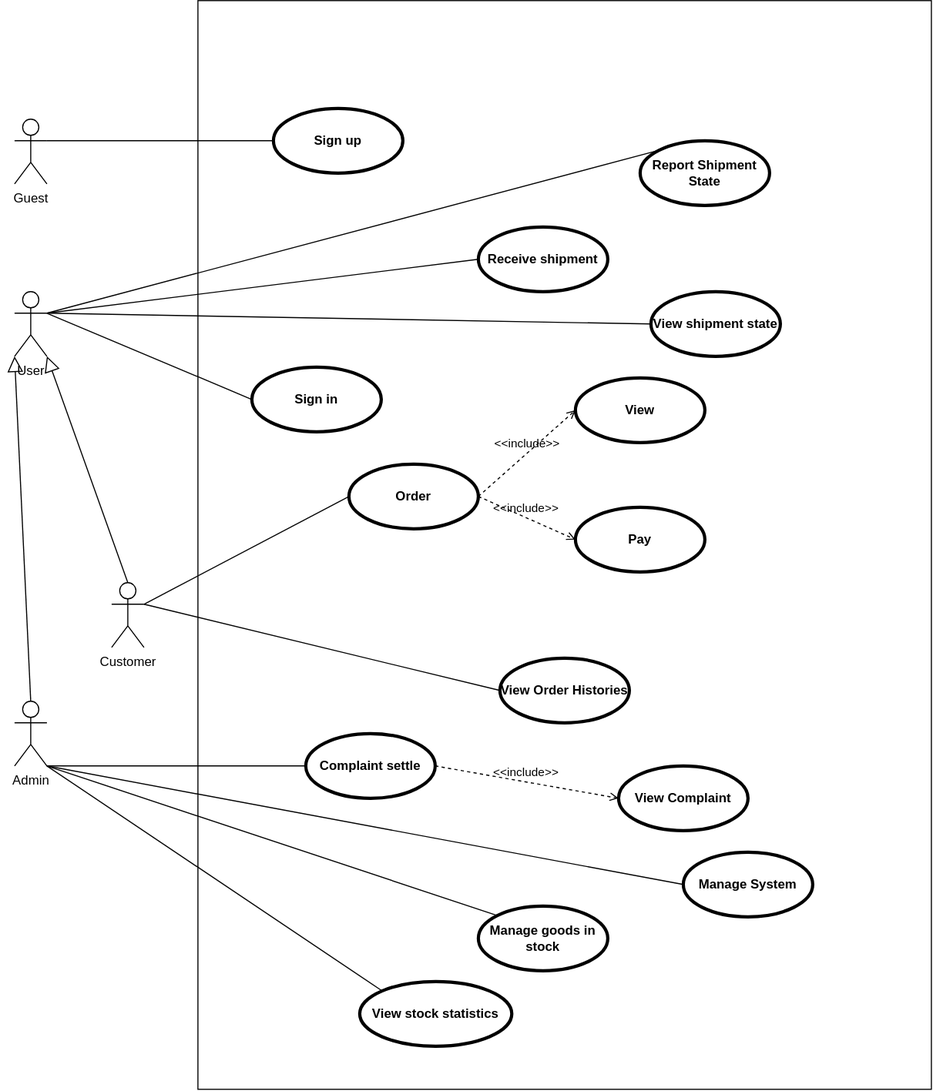
This is System_Design/UseCase/UseCase_DR.svg from giakhangnguyenlam/WebsiteTangQua, a draw.io export, as it was before one commit. Source tidied: cells renumbered, new cells last; positions are measured from the earlier drawing's top-left corner, leaving out a move shared by most shapes.
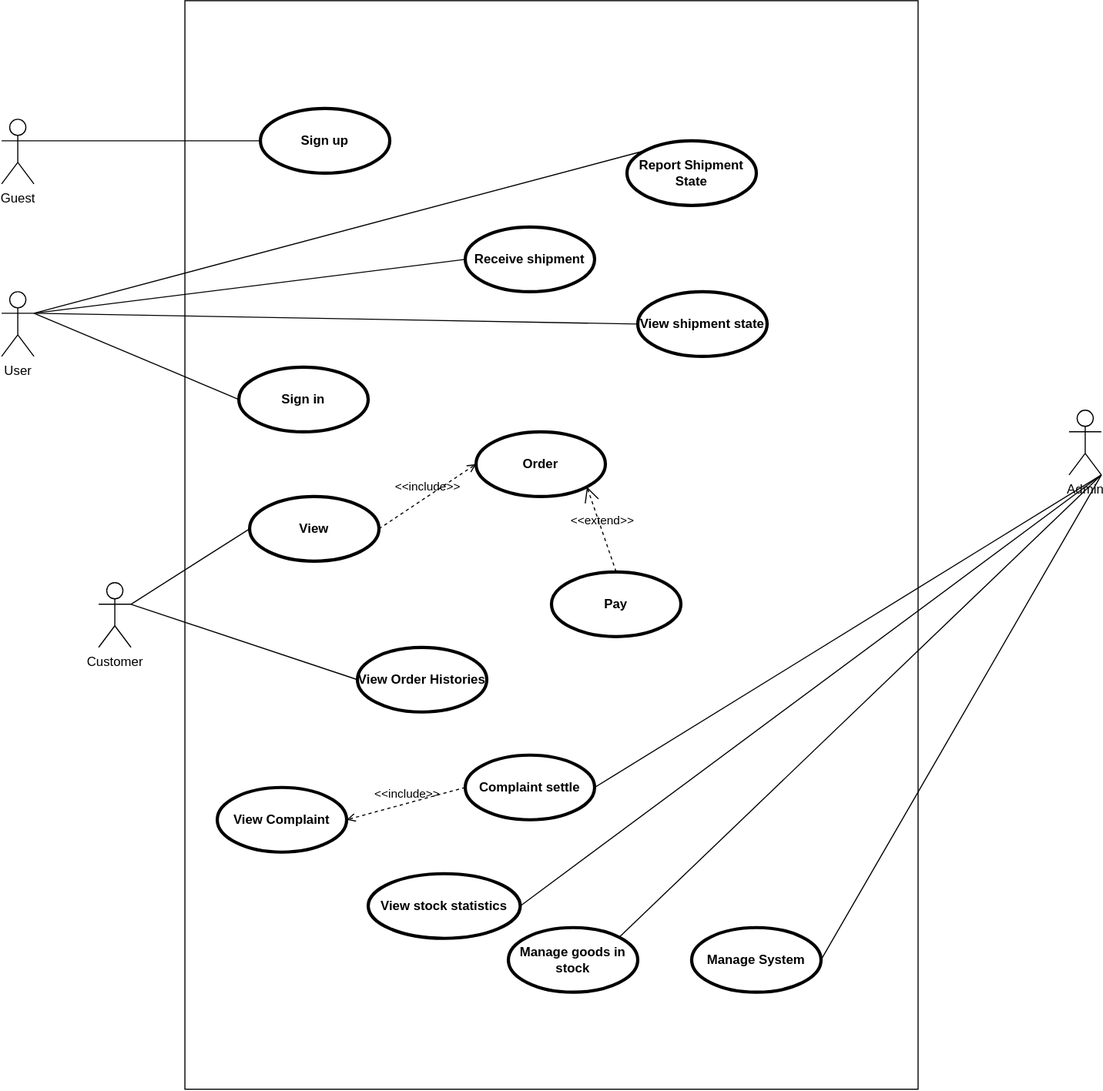
The same file after the commit.

What changed in the source:
```diff
@@ -6,10 +6,10 @@
       <mxGeometry x="170" width="680" height="1010" as="geometry" />
     </mxCell>
     <mxCell id="3" value="View" style="shape=ellipse;html=1;strokeWidth=3;fontStyle=1;whiteSpace=wrap;align=center;perimeter=ellipsePerimeter;" parent="1" vertex="1">
-      <mxGeometry x="520" y="350" width="120" height="60" as="geometry" />
+      <mxGeometry x="230" y="460" width="120" height="60" as="geometry" />
     </mxCell>
     <mxCell id="4" value="Order" style="shape=ellipse;html=1;strokeWidth=3;fontStyle=1;whiteSpace=wrap;align=center;perimeter=ellipsePerimeter;" parent="1" vertex="1">
-      <mxGeometry x="310" y="430" width="120" height="60" as="geometry" />
+      <mxGeometry x="440" y="400" width="120" height="60" as="geometry" />
     </mxCell>
     <mxCell id="5" value="Sign up" style="shape=ellipse;html=1;strokeWidth=3;fontStyle=1;whiteSpace=wrap;align=center;perimeter=ellipsePerimeter;" parent="1" vertex="1">
       <mxGeometry x="240" y="100" width="120" height="60" as="geometry" />
@@ -18,31 +18,31 @@
       <mxGeometry x="220" y="340" width="120" height="60" as="geometry" />
     </mxCell>
     <mxCell id="7" value="Pay" style="shape=ellipse;html=1;strokeWidth=3;fontStyle=1;whiteSpace=wrap;align=center;perimeter=ellipsePerimeter;" parent="1" vertex="1">
-      <mxGeometry x="520" y="470" width="120" height="60" as="geometry" />
+      <mxGeometry x="510" y="530" width="120" height="60" as="geometry" />
     </mxCell>
     <mxCell id="8" value="Complaint settle" style="shape=ellipse;html=1;strokeWidth=3;fontStyle=1;whiteSpace=wrap;align=center;perimeter=ellipsePerimeter;" parent="1" vertex="1">
-      <mxGeometry x="270" y="680" width="120" height="60" as="geometry" />
+      <mxGeometry x="430" y="700" width="120" height="60" as="geometry" />
     </mxCell>
     <mxCell id="9" value="View Order Histories" style="shape=ellipse;html=1;strokeWidth=3;fontStyle=1;whiteSpace=wrap;align=center;perimeter=ellipsePerimeter;" parent="1" vertex="1">
-      <mxGeometry x="450" y="610" width="120" height="60" as="geometry" />
+      <mxGeometry x="330" y="600" width="120" height="60" as="geometry" />
     </mxCell>
     <mxCell id="10" value="View shipment state" style="shape=ellipse;html=1;strokeWidth=3;fontStyle=1;whiteSpace=wrap;align=center;perimeter=ellipsePerimeter;" parent="1" vertex="1">
       <mxGeometry x="590" y="270" width="120" height="60" as="geometry" />
     </mxCell>
     <mxCell id="11" value="View stock statistics" style="shape=ellipse;html=1;strokeWidth=3;fontStyle=1;whiteSpace=wrap;align=center;perimeter=ellipsePerimeter;" parent="1" vertex="1">
-      <mxGeometry x="320" y="910" width="141" height="60" as="geometry" />
+      <mxGeometry x="340" y="810" width="141" height="60" as="geometry" />
     </mxCell>
     <mxCell id="12" value="Manage goods in stock" style="shape=ellipse;html=1;strokeWidth=3;fontStyle=1;whiteSpace=wrap;align=center;perimeter=ellipsePerimeter;" parent="1" vertex="1">
-      <mxGeometry x="430" y="840" width="120" height="60" as="geometry" />
+      <mxGeometry x="470" y="860" width="120" height="60" as="geometry" />
     </mxCell>
     <mxCell id="13" value="Manage System" style="shape=ellipse;html=1;strokeWidth=3;fontStyle=1;whiteSpace=wrap;align=center;perimeter=ellipsePerimeter;" parent="1" vertex="1">
-      <mxGeometry x="620" y="790" width="120" height="60" as="geometry" />
+      <mxGeometry x="640" y="860" width="120" height="60" as="geometry" />
     </mxCell>
     <mxCell id="14" value="Receive shipment" style="shape=ellipse;html=1;strokeWidth=3;fontStyle=1;whiteSpace=wrap;align=center;perimeter=ellipsePerimeter;" parent="1" vertex="1">
       <mxGeometry x="430" y="210" width="120" height="60" as="geometry" />
     </mxCell>
     <mxCell id="15" value="View Complaint" style="shape=ellipse;html=1;strokeWidth=3;fontStyle=1;whiteSpace=wrap;align=center;perimeter=ellipsePerimeter;" parent="1" vertex="1">
-      <mxGeometry x="560" y="710" width="120" height="60" as="geometry" />
+      <mxGeometry x="200" y="730" width="120" height="60" as="geometry" />
     </mxCell>
     <mxCell id="16" value="Report Shipment State" style="shape=ellipse;html=1;strokeWidth=3;fontStyle=1;whiteSpace=wrap;align=center;perimeter=ellipsePerimeter;" parent="1" vertex="1">
       <mxGeometry x="580" y="130" width="120" height="60" as="geometry" />
@@ -51,39 +51,27 @@
       <mxGeometry x="90" y="540" width="30" height="60" as="geometry" />
     </mxCell>
     <mxCell id="18" value="Admin" style="shape=umlActor;html=1;verticalLabelPosition=bottom;verticalAlign=top;align=center;" parent="1" vertex="1">
-      <mxGeometry y="650" width="30" height="60" as="geometry" />
+      <mxGeometry x="990" y="380" width="30" height="60" as="geometry" />
     </mxCell>
     <mxCell id="19" value="User" style="shape=umlActor;html=1;verticalLabelPosition=bottom;verticalAlign=top;align=center;" parent="1" vertex="1">
       <mxGeometry y="270" width="30" height="60" as="geometry" />
     </mxCell>
-    <mxCell id="20" style="edgeStyle=none;html=1;endArrow=none;verticalAlign=bottom;exitX=1;exitY=0.3333333333333333;exitDx=0;exitDy=0;exitPerimeter=0;entryX=0;entryY=0.5;entryDx=0;entryDy=0;" parent="1" edge="1" source="17" target="4">
+    <mxCell id="20" style="edgeStyle=none;html=1;endArrow=none;verticalAlign=bottom;exitX=1;exitY=0.3333333333333333;exitDx=0;exitDy=0;exitPerimeter=0;entryX=0;entryY=0.5;entryDx=0;entryDy=0;" parent="1" edge="1" source="17" target="3">
       <mxGeometry relative="1" as="geometry" />
     </mxCell>
-    <mxCell id="21" value="&amp;lt;&amp;lt;include&amp;gt;&amp;gt;" style="edgeStyle=none;html=1;endArrow=open;verticalAlign=bottom;dashed=1;labelBackgroundColor=none;entryX=0;entryY=0.5;entryDx=0;entryDy=0;exitX=1;exitY=0.5;exitDx=0;exitDy=0;" parent="1" edge="1" source="4" target="3">
-      <mxGeometry relative="1" as="geometry" />
-    </mxCell>
-    <mxCell id="22" value="&amp;lt;&amp;lt;include&amp;gt;&amp;gt;" style="edgeStyle=none;html=1;endArrow=open;verticalAlign=bottom;dashed=1;labelBackgroundColor=none;entryX=0;entryY=0.5;entryDx=0;entryDy=0;exitX=1;exitY=0.5;exitDx=0;exitDy=0;" parent="1" edge="1" source="4" target="7">
-      <mxGeometry relative="1" as="geometry" />
-    </mxCell>
     <mxCell id="23" style="edgeStyle=none;html=1;endArrow=none;verticalAlign=bottom;exitX=1;exitY=0.3333333333333333;exitDx=0;exitDy=0;exitPerimeter=0;entryX=0;entryY=0.5;entryDx=0;entryDy=0;" parent="1" edge="1" source="19" target="6">
       <mxGeometry relative="1" as="geometry" />
     </mxCell>
-    <mxCell id="24" style="edgeStyle=none;html=1;endArrow=block;endFill=0;endSize=12;verticalAlign=bottom;exitX=0.5;exitY=0;exitDx=0;exitDy=0;exitPerimeter=0;entryX=0;entryY=1;entryDx=0;entryDy=0;entryPerimeter=0;" parent="1" edge="1" source="18" target="19">
-      <mxGeometry relative="1" as="geometry" />
-    </mxCell>
-    <mxCell id="25" style="edgeStyle=none;html=1;endArrow=block;endFill=0;endSize=12;verticalAlign=bottom;exitX=0.5;exitY=0;exitDx=0;exitDy=0;exitPerimeter=0;entryX=1;entryY=1;entryDx=0;entryDy=0;entryPerimeter=0;" parent="1" edge="1" source="17" target="19">
-      <mxGeometry relative="1" as="geometry" />
-    </mxCell>
     <mxCell id="26" style="edgeStyle=none;html=1;endArrow=none;verticalAlign=bottom;exitX=1;exitY=0.3333333333333333;exitDx=0;exitDy=0;exitPerimeter=0;entryX=0;entryY=0.5;entryDx=0;entryDy=0;" parent="1" edge="1" source="19" target="10">
       <mxGeometry relative="1" as="geometry" />
     </mxCell>
     <mxCell id="27" style="edgeStyle=none;html=1;endArrow=none;verticalAlign=bottom;exitX=1;exitY=0.3333333333333333;exitDx=0;exitDy=0;exitPerimeter=0;entryX=0;entryY=0.5;entryDx=0;entryDy=0;" parent="1" edge="1" source="17" target="9">
       <mxGeometry relative="1" as="geometry" />
     </mxCell>
-    <mxCell id="28" style="edgeStyle=none;html=1;endArrow=none;verticalAlign=bottom;exitX=1;exitY=1;exitDx=0;exitDy=0;exitPerimeter=0;entryX=0;entryY=0;entryDx=0;entryDy=0;" parent="1" edge="1" source="18" target="11">
+    <mxCell id="28" style="edgeStyle=none;html=1;endArrow=none;verticalAlign=bottom;exitX=1;exitY=1;exitDx=0;exitDy=0;exitPerimeter=0;entryX=1;entryY=0.5;entryDx=0;entryDy=0;" parent="1" edge="1" source="18" target="11">
       <mxGeometry relative="1" as="geometry" />
     </mxCell>
-    <mxCell id="29" style="edgeStyle=none;html=1;endArrow=none;verticalAlign=bottom;exitX=1;exitY=1;exitDx=0;exitDy=0;exitPerimeter=0;entryX=0;entryY=0;entryDx=0;entryDy=0;" parent="1" edge="1" source="18" target="12">
+    <mxCell id="29" style="edgeStyle=none;html=1;endArrow=none;verticalAlign=bottom;exitX=1;exitY=1;exitDx=0;exitDy=0;exitPerimeter=0;entryX=1;entryY=0;entryDx=0;entryDy=0;" parent="1" edge="1" source="18" target="12">
       <mxGeometry relative="1" as="geometry" />
     </mxCell>
     <mxCell id="30" style="edgeStyle=none;html=1;endArrow=none;verticalAlign=bottom;exitX=1;exitY=0.3333333333333333;exitDx=0;exitDy=0;exitPerimeter=0;entryX=0;entryY=0;entryDx=0;entryDy=0;" parent="1" edge="1" source="19" target="16">
@@ -92,13 +80,13 @@
     <mxCell id="31" style="edgeStyle=none;html=1;endArrow=none;verticalAlign=bottom;exitX=1;exitY=0.3333333333333333;exitDx=0;exitDy=0;exitPerimeter=0;entryX=0;entryY=0.5;entryDx=0;entryDy=0;" parent="1" edge="1" source="19" target="14">
       <mxGeometry relative="1" as="geometry" />
     </mxCell>
-    <mxCell id="32" style="edgeStyle=none;html=1;endArrow=none;verticalAlign=bottom;exitX=1;exitY=1;exitDx=0;exitDy=0;exitPerimeter=0;entryX=0;entryY=0.5;entryDx=0;entryDy=0;" parent="1" edge="1" source="18" target="8">
+    <mxCell id="32" style="edgeStyle=none;html=1;endArrow=none;verticalAlign=bottom;exitX=1;exitY=1;exitDx=0;exitDy=0;exitPerimeter=0;entryX=1;entryY=0.5;entryDx=0;entryDy=0;" parent="1" edge="1" source="18" target="8">
       <mxGeometry relative="1" as="geometry" />
     </mxCell>
-    <mxCell id="33" value="&amp;lt;&amp;lt;include&amp;gt;&amp;gt;" style="edgeStyle=none;html=1;endArrow=open;verticalAlign=bottom;dashed=1;labelBackgroundColor=none;exitX=1;exitY=0.5;exitDx=0;exitDy=0;entryX=0;entryY=0.5;entryDx=0;entryDy=0;" parent="1" edge="1" source="8" target="15">
+    <mxCell id="33" value="&amp;lt;&amp;lt;include&amp;gt;&amp;gt;" style="edgeStyle=none;html=1;endArrow=open;verticalAlign=bottom;dashed=1;labelBackgroundColor=none;exitX=0;exitY=0.5;exitDx=0;exitDy=0;entryX=1;entryY=0.5;entryDx=0;entryDy=0;" parent="1" edge="1" source="8" target="15">
       <mxGeometry relative="1" as="geometry" />
     </mxCell>
-    <mxCell id="34" style="edgeStyle=none;html=1;endArrow=none;verticalAlign=bottom;exitX=1;exitY=1;exitDx=0;exitDy=0;exitPerimeter=0;entryX=0;entryY=0.5;entryDx=0;entryDy=0;" parent="1" edge="1" source="18" target="13">
+    <mxCell id="34" style="edgeStyle=none;html=1;endArrow=none;verticalAlign=bottom;exitX=1;exitY=1;exitDx=0;exitDy=0;exitPerimeter=0;entryX=1;entryY=0.5;entryDx=0;entryDy=0;" parent="1" edge="1" source="18" target="13">
       <mxGeometry relative="1" as="geometry" />
     </mxCell>
     <mxCell id="35" value="Guest" style="shape=umlActor;html=1;verticalLabelPosition=bottom;verticalAlign=top;align=center;" parent="1" vertex="1">
@@ -107,5 +95,11 @@
     <mxCell id="36" style="edgeStyle=none;html=1;endArrow=none;verticalAlign=bottom;exitX=1;exitY=0.3333333333333333;exitDx=0;exitDy=0;exitPerimeter=0;entryX=0;entryY=0.5;entryDx=0;entryDy=0;" parent="1" edge="1" source="35" target="5">
       <mxGeometry relative="1" as="geometry" />
     </mxCell>
+    <mxCell id="37" value="&amp;lt;&amp;lt;include&amp;gt;&amp;gt;" style="edgeStyle=none;html=1;endArrow=open;verticalAlign=bottom;dashed=1;labelBackgroundColor=none;exitX=1;exitY=0.5;exitDx=0;exitDy=0;entryX=0;entryY=0.5;entryDx=0;entryDy=0;" parent="1" edge="1" source="3" target="4">
+      <mxGeometry relative="1" as="geometry" />
+    </mxCell>
+    <mxCell id="22" value="&amp;lt;&amp;lt;extend&amp;gt;&amp;gt;" style="edgeStyle=none;html=1;startArrow=open;endArrow=none;startSize=12;verticalAlign=bottom;dashed=1;labelBackgroundColor=none;exitX=1;exitY=1;exitDx=0;exitDy=0;entryX=0.5;entryY=0;entryDx=0;entryDy=0;" parent="1" edge="1" source="4" target="7">
+      <mxGeometry relative="1" as="geometry" />
+    </mxCell>
   </root>
 </mxGraphModel>
```
